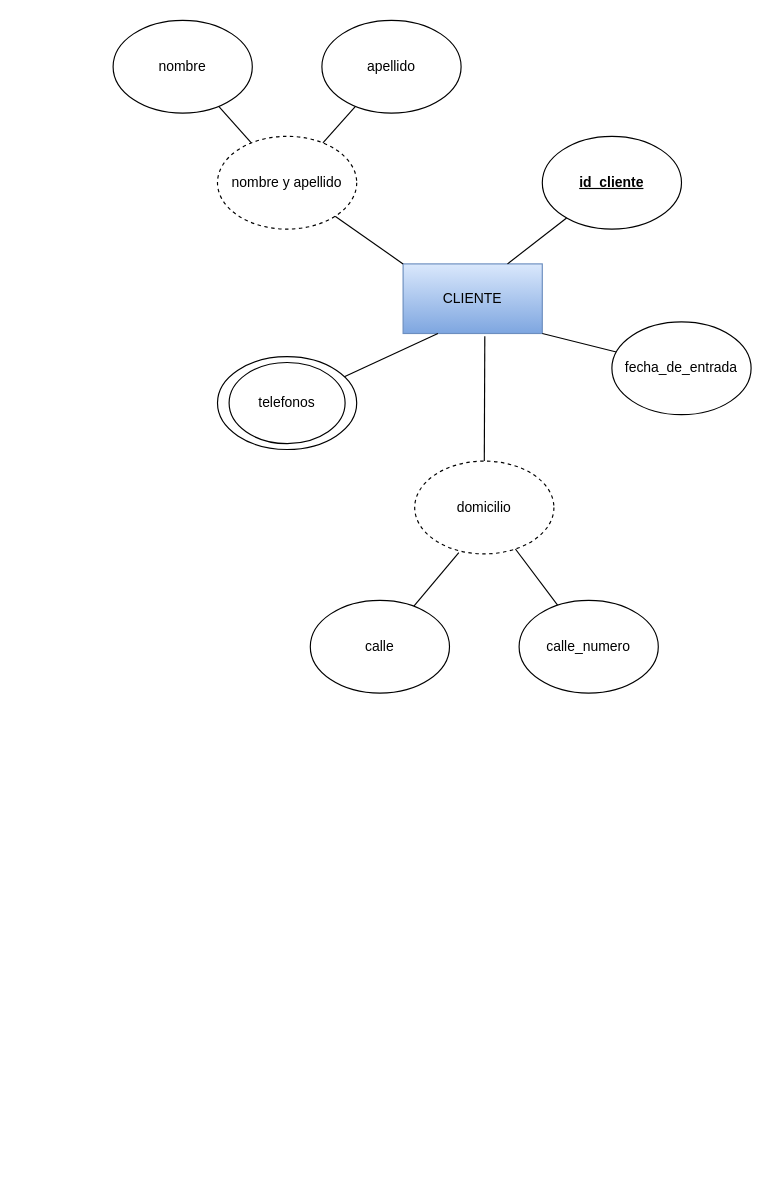
This is Diagrama Cliente_Mecanico.drawio from MiguelAngelSalas/proyectoApuntes, a draw.io file, before an edit. Source tidied: cells renumbered, new cells numbered last; positions are measured from the earlier drawing's top-left corner, leaving out a move shared by most shapes. Both pictures are drawn from the tidied source at 116%, with x=0, y=0 at pixel (113, 20).
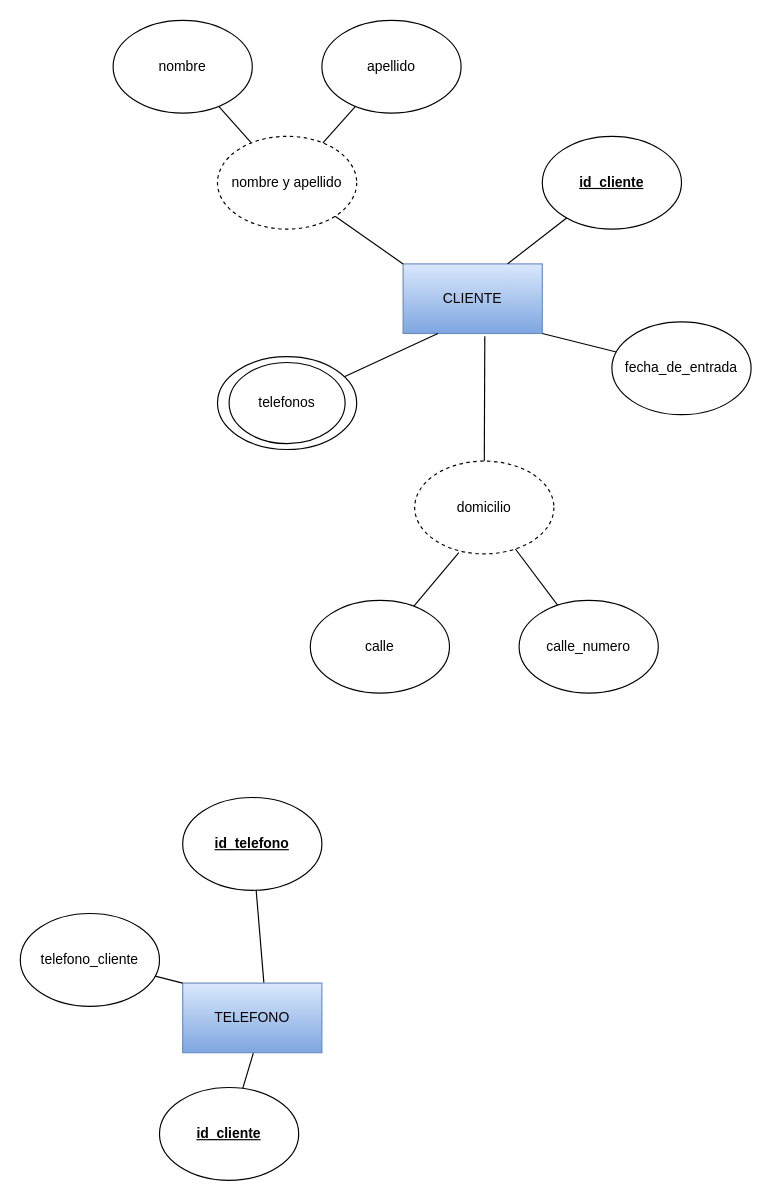
After the change.

What changed in the source:
```diff
@@
+    <mxCell id="23" style="edgeStyle=none;shape=connector;rounded=0;jettySize=auto;html=1;entryX=0.5;entryY=0;entryDx=0;entryDy=0;strokeColor=default;align=center;verticalAlign=middle;fontFamily=Helvetica;fontSize=11;fontColor=default;labelBackgroundColor=default;endArrow=none;endFill=0;" parent="1" edge="1" source="24">
+      <mxGeometry relative="1" as="geometry">
+        <mxPoint x="130" y="830" as="targetPoint" />
+      </mxGeometry>
+    </mxCell>
+    <mxCell id="24" value="id_telefono" style="ellipse;whiteSpace=wrap;html=1;fontStyle=5;" parent="1" vertex="1">
+      <mxGeometry x="60" y="670" width="120" height="80" as="geometry" />
+    </mxCell>
+    <mxCell id="25" value="id_cliente" style="ellipse;whiteSpace=wrap;html=1;fontStyle=5;" parent="1" vertex="1">
+      <mxGeometry x="40" y="920" width="120" height="80" as="geometry" />
+    </mxCell>
+    <mxCell id="26" style="edgeStyle=none;shape=connector;rounded=0;jettySize=auto;html=1;strokeColor=default;align=center;verticalAlign=middle;fontFamily=Helvetica;fontSize=11;fontColor=default;labelBackgroundColor=default;endArrow=none;endFill=0;" parent="1" edge="1" source="25">
+      <mxGeometry relative="1" as="geometry">
+        <mxPoint x="121" y="890" as="targetPoint" />
+      </mxGeometry>
+    </mxCell>
+    <mxCell id="27" value="TELEFONO" style="rounded=0;whiteSpace=wrap;html=1;fillColor=#dae8fc;strokeColor=#6c8ebf;gradientColor=#7ea6e0;" parent="1" vertex="1">
+      <mxGeometry x="60" y="830" width="120" height="60" as="geometry" />
+    </mxCell>
+    <mxCell id="28" style="edgeStyle=none;shape=connector;rounded=0;jettySize=auto;html=1;entryX=0;entryY=0;entryDx=0;entryDy=0;strokeColor=default;align=center;verticalAlign=middle;fontFamily=Helvetica;fontSize=11;fontColor=default;labelBackgroundColor=default;endArrow=none;endFill=0;fillColor=default;" parent="1" edge="1" source="29" target="27">
+      <mxGeometry relative="1" as="geometry" />
+    </mxCell>
+    <mxCell id="29" value="telefono_cliente" style="ellipse;whiteSpace=wrap;html=1;" parent="1" vertex="1">
+      <mxGeometry x="-80" y="770" width="120" height="80" as="geometry" />
+    </mxCell>
```
